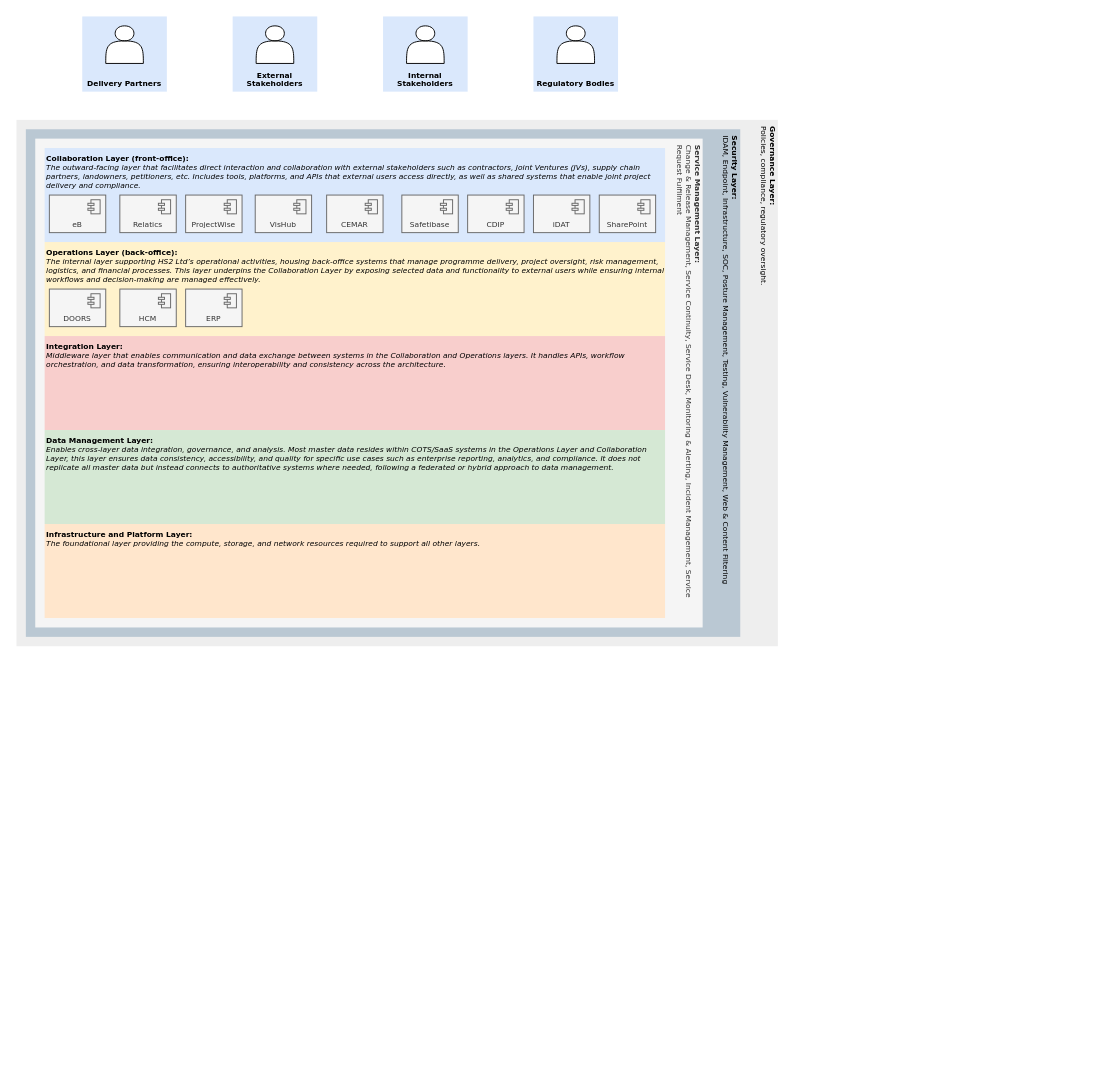
The draw.io diagram page "Reference Architecture" (1 of 16) of Orbus Designs.drawio in martinlt/reference, before the edit. Source tidied: cells renumbered, new cells numbered last; positions are measured from the earlier drawing's top-left corner, leaving out a move shared by most shapes. Both pictures are drawn from the tidied source at 94%, with x=0, y=0 at pixel (16, 16).
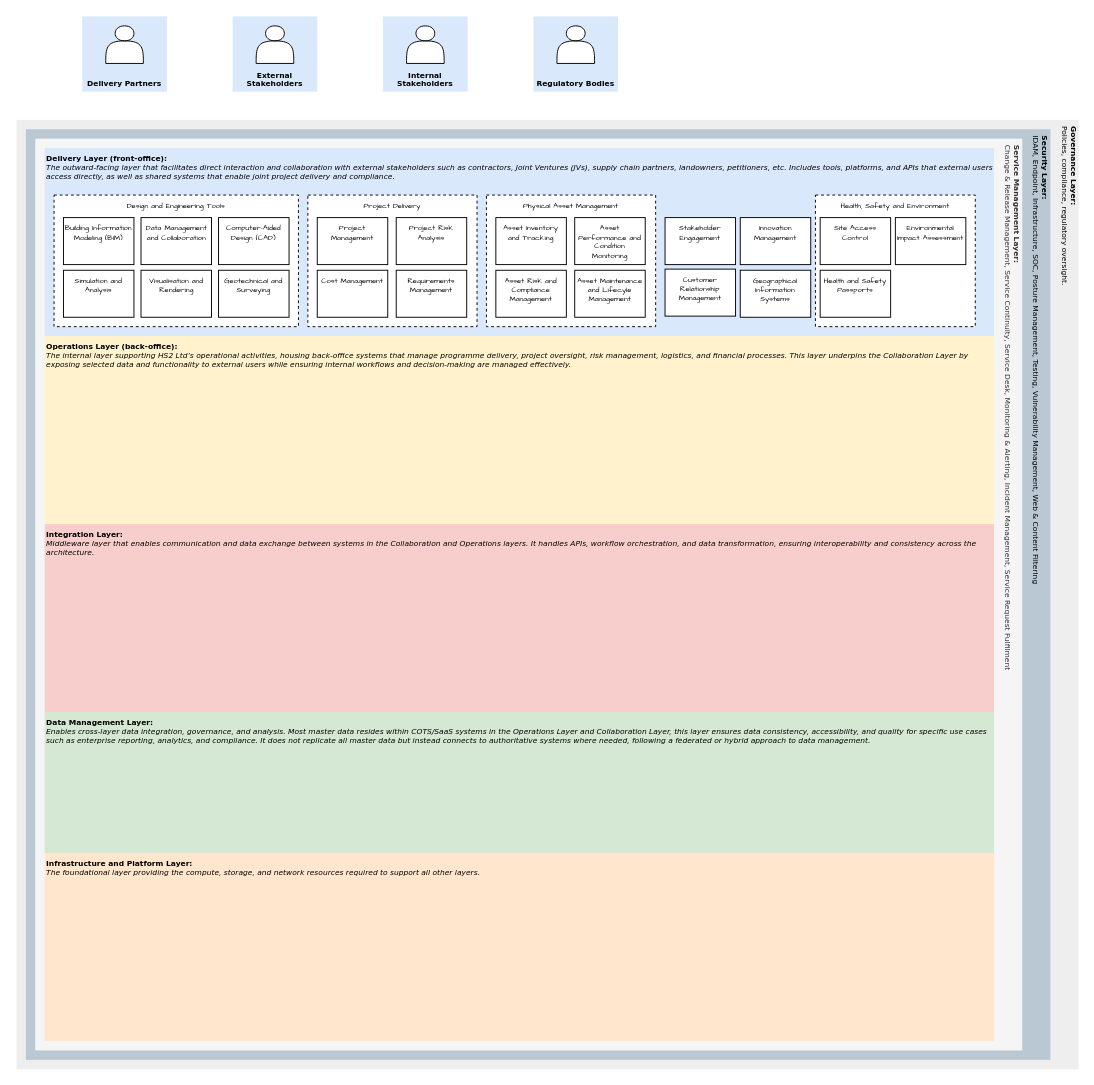
Above is the later version.

The edit, as a diff of the source:
```diff
@@
     <mxCell id="2" value="&lt;b&gt;Governance Layer:&amp;nbsp;&lt;/b&gt;&lt;div&gt;Policies, compliance, regulatory oversight.&lt;/div&gt;" style="rounded=0;whiteSpace=wrap;html=1;align=right;verticalAlign=top;textDirection=vertical-rl;fillColor=#eeeeee;strokeColor=none;fontFamily=Verdana;fontSize=8;" parent="1" vertex="1">
-      <mxGeometry y="110" width="810" height="560" as="geometry" />
+      <mxGeometry y="110" width="1130" height="1010" as="geometry" />
     </mxCell>
     <mxCell id="3" value="&lt;b&gt;Security Layer:&amp;nbsp;&lt;/b&gt;&lt;div&gt;IDAM, Endpoint, Infrastructure, SOC, Posture Management, Testing, Vulnerability Management, Web &amp;amp; Content Filtering&lt;/div&gt;" style="rounded=0;whiteSpace=wrap;html=1;align=right;verticalAlign=top;textDirection=vertical-rl;fillColor=#bac8d3;strokeColor=none;fontFamily=Verdana;fontSize=8;" parent="1" vertex="1">
-      <mxGeometry x="10" y="120" width="760" height="540" as="geometry" />
+      <mxGeometry x="10" y="120" width="1090" height="990" as="geometry" />
     </mxCell>
     <mxCell id="4" value="&lt;b&gt;Service Management Layer:&amp;nbsp;&lt;/b&gt;&lt;div&gt;Change &amp;amp; Release Management, Service Continuity, Service Desk, Monitoring &amp;amp; Alerting, Incident Management, Service Request Fulfilment&lt;/div&gt;" style="rounded=0;whiteSpace=wrap;html=1;align=right;verticalAlign=top;textDirection=vertical-rl;fillColor=#f5f5f5;fontColor=#333333;strokeColor=none;fontFamily=Verdana;fontSize=8;" parent="1" vertex="1">
-      <mxGeometry x="20" y="130" width="710" height="520" as="geometry" />
+      <mxGeometry x="20" y="130" width="1050" height="970" as="geometry" />
     </mxCell>
-    <mxCell id="5" value="&lt;b&gt;Collaboration Layer (front-office):&lt;/b&gt;&lt;div&gt;&lt;i&gt;The outward-facing layer that facilitates direct interaction and collaboration with external stakeholders such as contractors, Joint Ventures (JVs), supply chain partners, landowners, petitioners, etc. Includes tools, platforms, and APIs that external users access directly, as well as shared systems that enable joint project delivery and compliance.&lt;/i&gt;&lt;/div&gt;" style="rounded=0;whiteSpace=wrap;html=1;align=left;verticalAlign=top;fillColor=#dae8fc;strokeColor=none;fontFamily=Verdana;fontSize=8;" parent="1" vertex="1">
-      <mxGeometry x="30" y="140" width="660" height="100" as="geometry" />
+    <mxCell id="5" value="&lt;b&gt;Delivery Layer (front-office):&lt;/b&gt;&lt;div&gt;&lt;i&gt;The outward-facing layer that facilitates direct interaction and collaboration with external stakeholders such as contractors, Joint Ventures (JVs), supply chain partners, landowners, petitioners, etc. Includes tools, platforms, and APIs that external users access directly, as well as shared systems that enable joint project delivery and compliance.&lt;/i&gt;&lt;/div&gt;" style="rounded=0;whiteSpace=wrap;html=1;align=left;verticalAlign=top;fillColor=#dae8fc;strokeColor=none;fontFamily=Verdana;fontSize=8;" parent="1" vertex="1">
+      <mxGeometry x="30" y="140" width="1010" height="200" as="geometry" />
     </mxCell>
     <mxCell id="6" value="&lt;b&gt;Operations Layer (back-office):&lt;/b&gt;&lt;div&gt;&lt;i&gt;The internal layer supporting HS2 Ltd’s operational activities, housing back-office systems that manage programme delivery, project oversight, risk management, logistics, and financial processes. This layer underpins the Collaboration Layer by exposing selected data and functionality to external users while ensuring internal workflows and decision-making are managed effectively.&lt;/i&gt;&lt;/div&gt;" style="rounded=0;whiteSpace=wrap;html=1;align=left;verticalAlign=top;fillColor=#fff2cc;strokeColor=none;fontFamily=Verdana;fontSize=8;" parent="1" vertex="1">
-      <mxGeometry x="30" y="240" width="660" height="100" as="geometry" />
+      <mxGeometry x="30" y="340" width="1010" height="200" as="geometry" />
     </mxCell>
     <mxCell id="7" value="&lt;b&gt;Integration Layer:&lt;/b&gt;&lt;div&gt;&lt;i&gt;Middleware layer that enables communication and data exchange between systems in the Collaboration and Operations layers. It handles APIs, workflow orchestration, and data transformation, ensuring interoperability and consistency across the architecture.&lt;/i&gt;&lt;/div&gt;" style="rounded=0;whiteSpace=wrap;html=1;align=left;verticalAlign=top;fillColor=#f8cecc;strokeColor=none;fontFamily=Verdana;fontSize=8;" parent="1" vertex="1">
-      <mxGeometry x="30" y="340" width="660" height="100" as="geometry" />
+      <mxGeometry x="30" y="540" width="1010" height="200" as="geometry" />
     </mxCell>
     <mxCell id="8" value="&lt;b&gt;Data Management Layer:&lt;/b&gt;&lt;div&gt;&lt;i&gt;Enables cross-layer data integration, governance, and analysis. Most master data resides within COTS/SaaS systems in the Operations Layer and Collaboration Layer, this layer ensures data consistency, accessibility, and quality for specific use cases such as enterprise reporting, analytics, and compliance. It does not replicate all master data but instead connects to authoritative systems where needed, following a federated or hybrid approach to data management.&lt;/i&gt;&lt;/div&gt;" style="rounded=0;whiteSpace=wrap;html=1;align=left;verticalAlign=top;fillColor=#d5e8d4;strokeColor=none;fontFamily=Verdana;fontSize=8;" parent="1" vertex="1">
-      <mxGeometry x="30" y="440" width="660" height="100" as="geometry" />
+      <mxGeometry x="30" y="740" width="1010" height="150" as="geometry" />
     </mxCell>
     <mxCell id="9" value="&lt;b&gt;Infrastructure and Platform Layer:&lt;/b&gt;&lt;div&gt;&lt;i&gt;The foundational layer providing the compute, storage, and network resources required to support all other layers.&lt;/i&gt;&lt;/div&gt;" style="rounded=0;whiteSpace=wrap;html=1;align=left;verticalAlign=top;fillColor=#ffe6cc;strokeColor=none;fontFamily=Verdana;fontSize=8;" parent="1" vertex="1">
-      <mxGeometry x="30" y="540" width="660" height="100" as="geometry" />
+      <mxGeometry x="30" y="890" width="1010" height="200" as="geometry" />
     </mxCell>
@@
-    <mxCell id="18" value="eB" style="html=1;whiteSpace=wrap;fillColor=#f5f5f5;shape=mxgraph.archimate.application;appType=comp;fontColor=#333333;strokeColor=#666666;fontSize=8;fontFamily=Verdana;verticalAlign=bottom;" parent="1" vertex="1">
-      <mxGeometry x="35" y="190" width="60" height="40" as="geometry" />
-    </mxCell>
-    <mxCell id="19" value="DOORS" style="html=1;whiteSpace=wrap;fillColor=#f5f5f5;shape=mxgraph.archimate.application;appType=comp;fontColor=#333333;strokeColor=#666666;fontSize=8;fontFamily=Verdana;verticalAlign=bottom;" parent="1" vertex="1">
-      <mxGeometry x="35" y="290" width="60" height="40" as="geometry" />
-    </mxCell>
-    <mxCell id="20" value="SharePoint" style="html=1;whiteSpace=wrap;fillColor=#f5f5f5;shape=mxgraph.archimate.application;appType=comp;fontColor=#333333;strokeColor=#666666;fontSize=8;fontFamily=Verdana;verticalAlign=bottom;" parent="1" vertex="1">
-      <mxGeometry x="620" y="190" width="60" height="40" as="geometry" />
-    </mxCell>
-    <mxCell id="21" value="VisHub" style="html=1;whiteSpace=wrap;fillColor=#f5f5f5;shape=mxgraph.archimate.application;appType=comp;fontColor=#333333;strokeColor=#666666;fontSize=8;fontFamily=Verdana;verticalAlign=bottom;" parent="1" vertex="1">
-      <mxGeometry x="254" y="190" width="60" height="40" as="geometry" />
-    </mxCell>
-    <mxCell id="22" value="CDIP" style="html=1;whiteSpace=wrap;fillColor=#f5f5f5;shape=mxgraph.archimate.application;appType=comp;fontColor=#333333;strokeColor=#666666;fontSize=8;fontFamily=Verdana;verticalAlign=bottom;" parent="1" vertex="1">
-      <mxGeometry x="480" y="190" width="60" height="40" as="geometry" />
-    </mxCell>
-    <mxCell id="23" value="CEMAR" style="html=1;whiteSpace=wrap;fillColor=#f5f5f5;shape=mxgraph.archimate.application;appType=comp;fontColor=#333333;strokeColor=#666666;fontSize=8;fontFamily=Verdana;verticalAlign=bottom;" parent="1" vertex="1">
-      <mxGeometry x="330" y="190" width="60" height="40" as="geometry" />
-    </mxCell>
-    <mxCell id="24" value="iDAT" style="html=1;whiteSpace=wrap;fillColor=#f5f5f5;shape=mxgraph.archimate.application;appType=comp;fontColor=#333333;strokeColor=#666666;fontSize=8;fontFamily=Verdana;verticalAlign=bottom;" parent="1" vertex="1">
-      <mxGeometry x="550" y="190" width="60" height="40" as="geometry" />
-    </mxCell>
-    <mxCell id="25" value="Safetibase" style="html=1;whiteSpace=wrap;fillColor=#f5f5f5;shape=mxgraph.archimate.application;appType=comp;fontColor=#333333;strokeColor=#666666;fontSize=8;fontFamily=Verdana;verticalAlign=bottom;" parent="1" vertex="1">
-      <mxGeometry x="410" y="190" width="60" height="40" as="geometry" />
-    </mxCell>
-    <mxCell id="26" value="Relatics" style="html=1;whiteSpace=wrap;fillColor=#f5f5f5;shape=mxgraph.archimate.application;appType=comp;fontColor=#333333;strokeColor=#666666;fontSize=8;fontFamily=Verdana;verticalAlign=bottom;" parent="1" vertex="1">
-      <mxGeometry x="110" y="190" width="60" height="40" as="geometry" />
-    </mxCell>
-    <mxCell id="27" value="ProjectWise" style="html=1;whiteSpace=wrap;fillColor=#f5f5f5;shape=mxgraph.archimate.application;appType=comp;fontColor=#333333;strokeColor=#666666;fontSize=8;fontFamily=Verdana;verticalAlign=bottom;" parent="1" vertex="1">
-      <mxGeometry x="180" y="190" width="60" height="40" as="geometry" />
-    </mxCell>
-    <mxCell id="28" value="HCM" style="html=1;whiteSpace=wrap;fillColor=#f5f5f5;shape=mxgraph.archimate.application;appType=comp;fontColor=#333333;strokeColor=#666666;fontSize=8;fontFamily=Verdana;verticalAlign=bottom;" parent="1" vertex="1">
-      <mxGeometry x="110" y="290" width="60" height="40" as="geometry" />
-    </mxCell>
-    <mxCell id="29" value="ERP" style="html=1;whiteSpace=wrap;fillColor=#f5f5f5;shape=mxgraph.archimate.application;appType=comp;fontColor=#333333;strokeColor=#666666;fontSize=8;fontFamily=Verdana;verticalAlign=bottom;" parent="1" vertex="1">
-      <mxGeometry x="180" y="290" width="60" height="40" as="geometry" />
-    </mxCell>
+    <mxCell id="30" value="Health, Safety and Environment" style="rounded=0;whiteSpace=wrap;html=1;verticalAlign=top;fontSize=8;fontFamily=Comic Sans MS;dashed=1;" parent="1" vertex="1">
+      <mxGeometry x="850" y="190" width="170" height="140" as="geometry" />
+    </mxCell>
+    <mxCell id="31" value="Innovation Management" style="rounded=0;whiteSpace=wrap;html=1;verticalAlign=top;fontSize=8;fontFamily=Comic Sans MS;" parent="1" vertex="1">
+      <mxGeometry x="770" y="214" width="75" height="50" as="geometry" />
+    </mxCell>
+    <mxCell id="32" value="Stakeholder Engagement" style="rounded=0;whiteSpace=wrap;html=1;verticalAlign=top;fontSize=8;fontFamily=Comic Sans MS;" parent="1" vertex="1">
+      <mxGeometry x="690" y="214" width="75" height="50" as="geometry" />
+    </mxCell>
+    <mxCell id="33" value="Geographical Information Systems" style="rounded=0;whiteSpace=wrap;html=1;verticalAlign=top;fontSize=8;fontFamily=Comic Sans MS;" parent="1" vertex="1">
+      <mxGeometry x="770" y="270" width="75" height="50" as="geometry" />
+    </mxCell>
+    <mxCell id="34" value="Environmental Impact Assessment" style="rounded=0;whiteSpace=wrap;html=1;verticalAlign=top;fontSize=8;fontFamily=Comic Sans MS;" parent="1" vertex="1">
+      <mxGeometry x="935" y="214" width="75" height="50" as="geometry" />
+    </mxCell>
+    <mxCell id="35" value="Health and Safety Passports" style="rounded=0;whiteSpace=wrap;html=1;verticalAlign=top;fontSize=8;fontFamily=Comic Sans MS;" parent="1" vertex="1">
+      <mxGeometry x="855" y="270" width="75" height="50" as="geometry" />
+    </mxCell>
+    <mxCell id="36" value="Customer Relationship Management" style="rounded=0;whiteSpace=wrap;html=1;verticalAlign=top;fontSize=8;fontFamily=Comic Sans MS;" parent="1" vertex="1">
+      <mxGeometry x="690" y="268.8" width="75" height="50" as="geometry" />
+    </mxCell>
+    <mxCell id="37" value="Site Access Control" style="rounded=0;whiteSpace=wrap;html=1;verticalAlign=top;fontSize=8;fontFamily=Comic Sans MS;" parent="1" vertex="1">
+      <mxGeometry x="855" y="214" width="75" height="50" as="geometry" />
+    </mxCell>
+    <mxCell id="38" value="Design and Engineering Tools" style="rounded=0;whiteSpace=wrap;html=1;verticalAlign=top;fontSize=8;fontFamily=Comic Sans MS;dashed=1;" parent="1" vertex="1">
+      <mxGeometry x="40" y="190" width="260" height="140" as="geometry" />
+    </mxCell>
+    <mxCell id="39" value="Building Information Modeling (BIM)" style="rounded=0;whiteSpace=wrap;html=1;verticalAlign=top;fontSize=8;fontFamily=Comic Sans MS;" parent="1" vertex="1">
+      <mxGeometry x="50" y="214" width="75" height="50" as="geometry" />
+    </mxCell>
+    <mxCell id="40" value="Data Management and Collaboration" style="rounded=0;whiteSpace=wrap;html=1;verticalAlign=top;fontSize=8;fontFamily=Comic Sans MS;" parent="1" vertex="1">
+      <mxGeometry x="132.5" y="214" width="75" height="50" as="geometry" />
+    </mxCell>
+    <mxCell id="41" value="Computer-Aided Design (CAD)" style="rounded=0;whiteSpace=wrap;html=1;verticalAlign=top;fontSize=8;fontFamily=Comic Sans MS;" parent="1" vertex="1">
+      <mxGeometry x="215" y="214" width="75" height="50" as="geometry" />
+    </mxCell>
+    <mxCell id="42" value="Geotechnical and Surveying" style="rounded=0;whiteSpace=wrap;html=1;verticalAlign=top;fontSize=8;fontFamily=Comic Sans MS;" parent="1" vertex="1">
+      <mxGeometry x="215" y="270" width="75" height="50" as="geometry" />
+    </mxCell>
+    <mxCell id="43" value="Simulation and Analysis" style="rounded=0;whiteSpace=wrap;html=1;verticalAlign=top;fontSize=8;fontFamily=Comic Sans MS;" parent="1" vertex="1">
+      <mxGeometry x="50" y="270" width="75" height="50" as="geometry" />
+    </mxCell>
+    <mxCell id="44" value="Visualisation and Rendering" style="rounded=0;whiteSpace=wrap;html=1;verticalAlign=top;fontSize=8;fontFamily=Comic Sans MS;" parent="1" vertex="1">
+      <mxGeometry x="132.5" y="270" width="75" height="50" as="geometry" />
+    </mxCell>
+    <mxCell id="45" value="Project Delivery" style="rounded=0;whiteSpace=wrap;html=1;verticalAlign=top;fontSize=8;fontFamily=Comic Sans MS;dashed=1;" parent="1" vertex="1">
+      <mxGeometry x="310" y="190" width="180" height="140" as="geometry" />
+    </mxCell>
+    <mxCell id="46" value="Project Management" style="rounded=0;whiteSpace=wrap;html=1;verticalAlign=top;fontSize=8;fontFamily=Comic Sans MS;" parent="1" vertex="1">
+      <mxGeometry x="320" y="214" width="75" height="50" as="geometry" />
+    </mxCell>
+    <mxCell id="47" value="Project Risk Analysis" style="rounded=0;whiteSpace=wrap;html=1;verticalAlign=top;fontSize=8;fontFamily=Comic Sans MS;" parent="1" vertex="1">
+      <mxGeometry x="404" y="214" width="75" height="50" as="geometry" />
+    </mxCell>
+    <mxCell id="48" value="Cost Management" style="rounded=0;whiteSpace=wrap;html=1;verticalAlign=top;fontSize=8;fontFamily=Comic Sans MS;" parent="1" vertex="1">
+      <mxGeometry x="320" y="270" width="75" height="50" as="geometry" />
+    </mxCell>
+    <mxCell id="49" value="Requirements Management" style="rounded=0;whiteSpace=wrap;html=1;verticalAlign=top;fontSize=8;fontFamily=Comic Sans MS;" parent="1" vertex="1">
+      <mxGeometry x="404" y="270" width="75" height="50" as="geometry" />
+    </mxCell>
+    <mxCell id="50" value="Physical Asset Management" style="rounded=0;whiteSpace=wrap;html=1;verticalAlign=top;fontSize=8;fontFamily=Comic Sans MS;dashed=1;" parent="1" vertex="1">
+      <mxGeometry x="500" y="190" width="180" height="140" as="geometry" />
+    </mxCell>
+    <mxCell id="51" value="Asset Inventory and Tracking" style="rounded=0;whiteSpace=wrap;html=1;verticalAlign=top;fontSize=8;fontFamily=Comic Sans MS;" parent="1" vertex="1">
+      <mxGeometry x="510" y="214" width="75" height="50" as="geometry" />
+    </mxCell>
+    <mxCell id="52" value="Asset Maintenance and Lifecyle Management" style="rounded=0;whiteSpace=wrap;html=1;verticalAlign=top;fontSize=8;fontFamily=Comic Sans MS;" parent="1" vertex="1">
+      <mxGeometry x="593.9" y="270" width="75" height="50" as="geometry" />
+    </mxCell>
+    <mxCell id="53" value="Asset Performance and Condition Monitoring" style="rounded=0;whiteSpace=wrap;html=1;verticalAlign=top;fontSize=8;fontFamily=Comic Sans MS;" parent="1" vertex="1">
+      <mxGeometry x="593.9" y="214" width="75" height="50" as="geometry" />
+    </mxCell>
+    <mxCell id="54" value="Asset Risk and Compliance Management" style="rounded=0;whiteSpace=wrap;html=1;verticalAlign=top;fontSize=8;fontFamily=Comic Sans MS;" parent="1" vertex="1">
+      <mxGeometry x="510" y="270" width="75" height="50" as="geometry" />
+    </mxCell>
```
